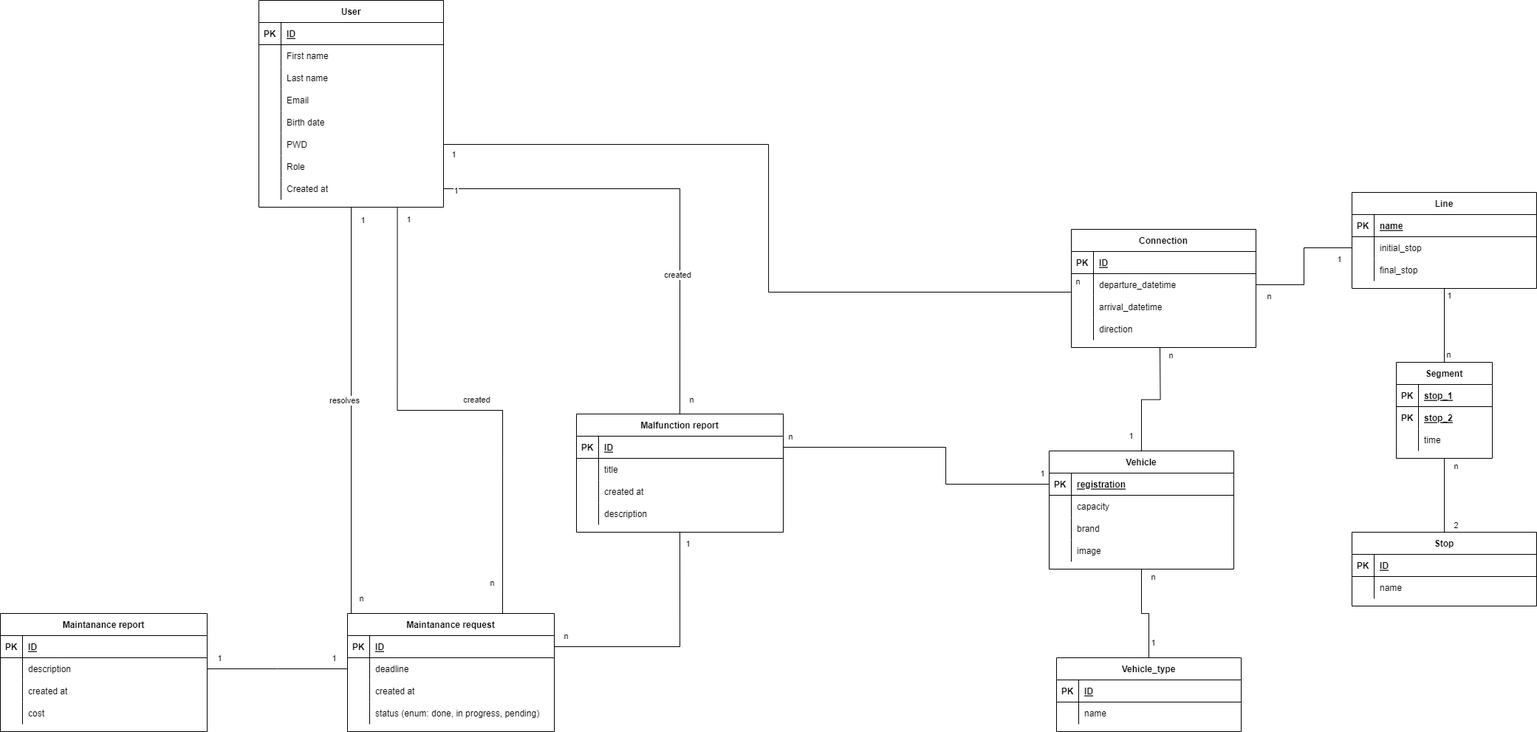
SamuelSlavik/IIS keeps this draw.io diagram as er.png. Above is the earlier version. Source tidied: cells renumbered, new cells last; positions are measured from the earlier drawing's top-left corner, leaving out a move shared by most shapes.
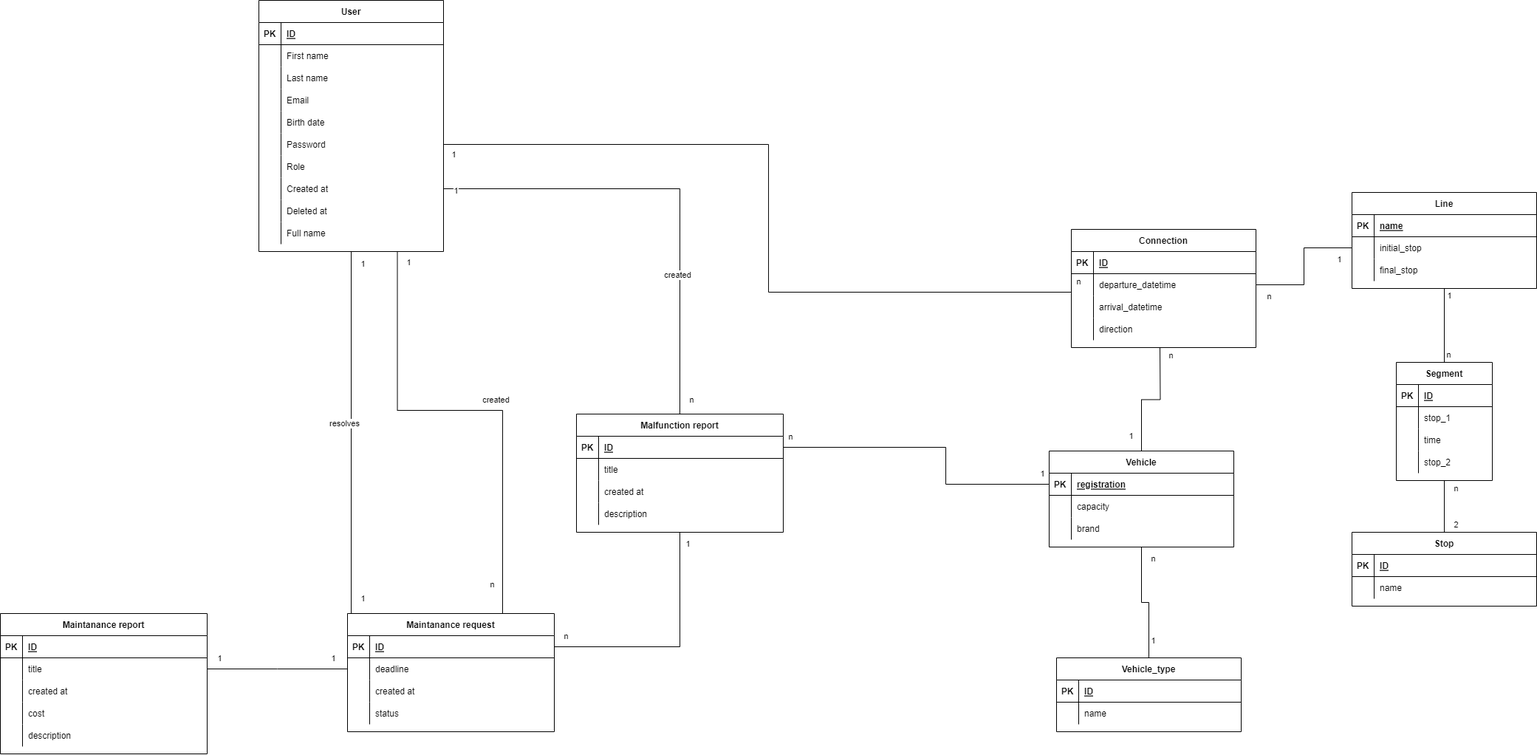
Later version of the same file.

The edit, as a diff of the source:
```diff
@@ -39,7 +39,7 @@
       </mxGeometry>
     </mxCell>
     <mxCell id="12" value="Vehicle" style="shape=table;startSize=30;rowLines=0;fontStyle=1;align=center;" parent="1" vertex="1">
-      <mxGeometry x="1420" y="610" width="250" height="160" as="geometry" />
+      <mxGeometry x="1420" y="610" width="250" height="130" as="geometry" />
     </mxCell>
     <mxCell id="13" style="shape=partialRectangle;fillColor=none;points=[[0,0.5],[1,0.5]];portConstraint=eastwest;top=0;left=0;right=0;bottom=1;" parent="12" vertex="1">
       <mxGeometry y="30" width="250" height="30" as="geometry" />
@@ -68,15 +68,6 @@
     <mxCell id="21" value="brand" style="shape=partialRectangle;overflow=hidden;fillColor=none;top=0;left=0;bottom=0;right=0;align=left;spacingLeft=6;" parent="19" vertex="1">
       <mxGeometry x="30" width="220" height="30" as="geometry" />
     </mxCell>
-    <mxCell id="22" style="shape=partialRectangle;fillColor=none;top=0;left=0;right=0;bottom=0;" parent="12" vertex="1">
-      <mxGeometry y="120" width="250" height="30" as="geometry" />
-    </mxCell>
-    <mxCell id="23" style="shape=partialRectangle;overflow=hidden;fillColor=none;top=0;left=0;bottom=0;right=0;" parent="22" vertex="1">
-      <mxGeometry width="30" height="30" as="geometry" />
-    </mxCell>
-    <mxCell id="24" value="image" style="shape=partialRectangle;overflow=hidden;fillColor=none;top=0;left=0;bottom=0;right=0;align=left;spacingLeft=6;" parent="22" vertex="1">
-      <mxGeometry x="30" width="220" height="30" as="geometry" />
-    </mxCell>
     <mxCell id="25" style="edgeStyle=orthogonalEdgeStyle;rounded=0;jettySize=auto;html=1;exitX=0.5;exitY=1;exitDx=0;exitDy=0;endArrow=none;endFill=0;entryX=0.5;entryY=0;entryDx=0;entryDy=0;" parent="1" edge="1" source="12" target="2">
       <mxGeometry relative="1" as="geometry" />
     </mxCell>
@@ -159,16 +150,16 @@
     </mxCell>
     <mxCell id="49" value="2" style="edgeLabel;html=1;align=center;verticalAlign=middle;" parent="48" vertex="1">
       <mxGeometry x="0.6" relative="1" as="geometry">
-        <mxPoint x="15" y="10" as="offset" />
+        <mxPoint x="15" y="4" as="offset" />
       </mxGeometry>
     </mxCell>
     <mxCell id="50" value="n" style="edgeLabel;html=1;align=center;verticalAlign=middle;" parent="48" vertex="1">
       <mxGeometry x="-0.42" y="2" relative="1" as="geometry">
-        <mxPoint x="13" y="-19" as="offset" />
+        <mxPoint x="13" y="-10" as="offset" />
       </mxGeometry>
     </mxCell>
     <mxCell id="51" value="Segment" style="shape=table;startSize=30;rowLines=0;fontStyle=1;align=center;" parent="1" vertex="1">
-      <mxGeometry x="1890" y="490" width="130" height="130" as="geometry" />
+      <mxGeometry x="1890" y="490" width="130" height="160" as="geometry" />
     </mxCell>
     <mxCell id="52" style="shape=partialRectangle;fillColor=none;top=0;left=0;right=0;bottom=1;" parent="51" vertex="1">
       <mxGeometry y="30" width="130" height="30" as="geometry" />
@@ -176,16 +167,16 @@
     <mxCell id="53" value="PK" style="shape=partialRectangle;overflow=hidden;fillColor=none;top=0;left=0;bottom=0;right=0;fontStyle=1;" parent="52" vertex="1">
       <mxGeometry width="30" height="30" as="geometry" />
     </mxCell>
-    <mxCell id="54" value="stop_1" style="shape=partialRectangle;overflow=hidden;fillColor=none;top=0;left=0;bottom=0;right=0;align=left;spacingLeft=6;fontStyle=5;" parent="52" vertex="1">
+    <mxCell id="54" value="ID" style="shape=partialRectangle;overflow=hidden;fillColor=none;top=0;left=0;bottom=0;right=0;align=left;spacingLeft=6;fontStyle=5;" parent="52" vertex="1">
       <mxGeometry x="30" width="100" height="30" as="geometry" />
     </mxCell>
     <mxCell id="55" style="shape=partialRectangle;fillColor=none;top=0;left=0;right=0;bottom=0;" parent="51" vertex="1">
       <mxGeometry y="60" width="130" height="30" as="geometry" />
     </mxCell>
-    <mxCell id="56" value="PK" style="shape=partialRectangle;overflow=hidden;fillColor=none;top=0;left=0;bottom=0;right=0;fontStyle=1;" parent="55" vertex="1">
+    <mxCell id="56" style="shape=partialRectangle;overflow=hidden;fillColor=none;top=0;left=0;bottom=0;right=0;fontStyle=1;" parent="55" vertex="1">
       <mxGeometry width="30" height="30" as="geometry" />
     </mxCell>
-    <mxCell id="57" value="stop_2" style="shape=partialRectangle;overflow=hidden;fillColor=none;top=0;left=0;bottom=0;right=0;align=left;spacingLeft=6;fontStyle=5;" parent="55" vertex="1">
+    <mxCell id="57" value="stop_1" style="shape=partialRectangle;overflow=hidden;fillColor=none;top=0;left=0;bottom=0;right=0;align=left;spacingLeft=6;fontStyle=0;" parent="55" vertex="1">
       <mxGeometry x="30" width="100" height="30" as="geometry" />
     </mxCell>
     <mxCell id="58" style="shape=partialRectangle;fillColor=none;top=0;left=0;right=0;bottom=0;" parent="51" vertex="1">
@@ -197,6 +188,15 @@
     <mxCell id="60" value="time" style="shape=partialRectangle;overflow=hidden;fillColor=none;top=0;left=0;bottom=0;right=0;align=left;spacingLeft=6;fontStyle=0;" parent="58" vertex="1">
       <mxGeometry x="30" width="100" height="30" as="geometry" />
     </mxCell>
+    <mxCell id="165" style="shape=partialRectangle;fillColor=none;top=0;left=0;right=0;bottom=0;" parent="51" vertex="1">
+      <mxGeometry y="120" width="130" height="30" as="geometry" />
+    </mxCell>
+    <mxCell id="166" style="shape=partialRectangle;overflow=hidden;fillColor=none;top=0;left=0;bottom=0;right=0;fontStyle=1;" parent="165" vertex="1">
+      <mxGeometry width="30" height="30" as="geometry" />
+    </mxCell>
+    <mxCell id="167" value="stop_2" style="shape=partialRectangle;overflow=hidden;fillColor=none;top=0;left=0;bottom=0;right=0;align=left;spacingLeft=6;fontStyle=0;" parent="165" vertex="1">
+      <mxGeometry x="30" width="100" height="30" as="geometry" />
+    </mxCell>
     <mxCell id="61" value="Connection" style="shape=table;startSize=30;rowLines=0;fontStyle=1;align=center;" parent="1" vertex="1">
       <mxGeometry x="1450" y="310" width="250" height="160" as="geometry" />
     </mxCell>
@@ -250,7 +250,7 @@
       </mxGeometry>
     </mxCell>
     <mxCell id="77" value="User" style="shape=table;startSize=30;rowLines=0;fontStyle=1;align=center;" parent="1" vertex="1">
-      <mxGeometry x="350" width="250" height="280" as="geometry" />
+      <mxGeometry x="350" width="250" height="340" as="geometry" />
     </mxCell>
     <mxCell id="78" style="shape=partialRectangle;fillColor=none;top=0;left=0;right=0;bottom=1;" parent="77" vertex="1">
       <mxGeometry y="30" width="250" height="30" as="geometry" />
@@ -303,7 +303,7 @@
     <mxCell id="94" style="shape=partialRectangle;overflow=hidden;fillColor=none;top=0;left=0;bottom=0;right=0;" parent="93" vertex="1">
       <mxGeometry width="30" height="30" as="geometry" />
     </mxCell>
-    <mxCell id="95" value="PWD" style="shape=partialRectangle;overflow=hidden;fillColor=none;top=0;left=0;bottom=0;right=0;align=left;spacingLeft=6;" parent="93" vertex="1">
+    <mxCell id="95" value="Password" style="shape=partialRectangle;overflow=hidden;fillColor=none;top=0;left=0;bottom=0;right=0;align=left;spacingLeft=6;" parent="93" vertex="1">
       <mxGeometry x="30" width="220" height="30" as="geometry" />
     </mxCell>
     <mxCell id="96" style="shape=partialRectangle;fillColor=none;top=0;left=0;right=0;bottom=0;" parent="77" vertex="1">
@@ -324,6 +324,24 @@
     <mxCell id="101" value="Created at" style="shape=partialRectangle;overflow=hidden;fillColor=none;top=0;left=0;bottom=0;right=0;align=left;spacingLeft=6;" parent="99" vertex="1">
       <mxGeometry x="30" width="220" height="30" as="geometry" />
     </mxCell>
+    <mxCell id="168" style="shape=partialRectangle;fillColor=none;top=0;left=0;right=0;bottom=0;" parent="77" vertex="1">
+      <mxGeometry y="270" width="250" height="30" as="geometry" />
+    </mxCell>
+    <mxCell id="169" style="shape=partialRectangle;overflow=hidden;fillColor=none;top=0;left=0;bottom=0;right=0;" parent="168" vertex="1">
+      <mxGeometry width="30" height="30" as="geometry" />
+    </mxCell>
+    <mxCell id="170" value="Deleted at" style="shape=partialRectangle;overflow=hidden;fillColor=none;top=0;left=0;bottom=0;right=0;align=left;spacingLeft=6;" parent="168" vertex="1">
+      <mxGeometry x="30" width="220" height="30" as="geometry" />
+    </mxCell>
+    <mxCell id="171" style="shape=partialRectangle;fillColor=none;top=0;left=0;right=0;bottom=0;" parent="77" vertex="1">
+      <mxGeometry y="300" width="250" height="30" as="geometry" />
+    </mxCell>
+    <mxCell id="172" style="shape=partialRectangle;overflow=hidden;fillColor=none;top=0;left=0;bottom=0;right=0;" parent="171" vertex="1">
+      <mxGeometry width="30" height="30" as="geometry" />
+    </mxCell>
+    <mxCell id="173" value="Full name" style="shape=partialRectangle;overflow=hidden;fillColor=none;top=0;left=0;bottom=0;right=0;align=left;spacingLeft=6;" parent="171" vertex="1">
+      <mxGeometry x="30" width="220" height="30" as="geometry" />
+    </mxCell>
     <mxCell id="102" style="edgeStyle=orthogonalEdgeStyle;rounded=0;jettySize=auto;html=1;exitX=1;exitY=0.5;exitDx=0;exitDy=0;entryX=0.5;entryY=0;entryDx=0;entryDy=0;endArrow=none;endFill=0;" parent="1" edge="1" source="99" target="149">
       <mxGeometry relative="1" as="geometry" />
     </mxCell>
@@ -359,9 +377,9 @@
         <mxPoint x="15" as="offset" />
       </mxGeometry>
     </mxCell>
-    <mxCell id="109" value="n" style="edgeLabel;html=1;align=center;verticalAlign=middle;" parent="106" vertex="1">
+    <mxCell id="109" value="1" style="edgeLabel;html=1;align=center;verticalAlign=middle;" parent="106" vertex="1">
       <mxGeometry x="-0.91" y="-2" relative="1" as="geometry">
-        <mxPoint x="11" as="offset" />
+        <mxPoint x="13" y="-2" as="offset" />
       </mxGeometry>
     </mxCell>
     <mxCell id="110" style="edgeStyle=orthogonalEdgeStyle;rounded=0;jettySize=auto;html=1;exitX=0.75;exitY=0;exitDx=0;exitDy=0;entryX=0.75;entryY=1;entryDx=0;entryDy=0;endArrow=none;endFill=0;" parent="1" edge="1" source="114" target="77">
@@ -423,7 +441,7 @@
     <mxCell id="125" style="shape=partialRectangle;overflow=hidden;fillColor=none;top=0;left=0;bottom=0;right=0;" parent="124" vertex="1">
       <mxGeometry width="30" height="30" as="geometry" />
     </mxCell>
-    <mxCell id="126" value="status (enum: done, in progress, pending)" style="shape=partialRectangle;overflow=hidden;fillColor=none;top=0;left=0;bottom=0;right=0;align=left;spacingLeft=6;" parent="124" vertex="1">
+    <mxCell id="126" value="status" style="shape=partialRectangle;overflow=hidden;fillColor=none;top=0;left=0;bottom=0;right=0;align=left;spacingLeft=6;" parent="124" vertex="1">
       <mxGeometry x="30" width="250" height="30" as="geometry" />
     </mxCell>
     <mxCell id="127" style="edgeStyle=orthogonalEdgeStyle;rounded=0;jettySize=auto;html=1;entryX=0;entryY=0.5;entryDx=0;entryDy=0;endArrow=none;endFill=0;exitX=1;exitY=0.5;exitDx=0;exitDy=0;" parent="1" edge="1" source="150" target="13">
@@ -445,7 +463,7 @@
       </mxGeometry>
     </mxCell>
     <mxCell id="130" value="Maintanance report" style="shape=table;startSize=30;rowLines=0;fontStyle=1;align=center;" parent="1" vertex="1">
-      <mxGeometry y="830" width="280" height="160" as="geometry" />
+      <mxGeometry y="830" width="280" height="190" as="geometry" />
     </mxCell>
     <mxCell id="131" style="shape=partialRectangle;fillColor=none;top=0;left=0;right=0;bottom=1;" parent="130" vertex="1">
       <mxGeometry y="30" width="280" height="30" as="geometry" />
@@ -462,7 +480,7 @@
     <mxCell id="135" style="shape=partialRectangle;overflow=hidden;fillColor=none;top=0;left=0;bottom=0;right=0;" parent="134" vertex="1">
       <mxGeometry width="30" height="30" as="geometry" />
     </mxCell>
-    <mxCell id="136" value="description" style="shape=partialRectangle;overflow=hidden;fillColor=none;top=0;left=0;bottom=0;right=0;align=left;spacingLeft=6;" parent="134" vertex="1">
+    <mxCell id="136" value="title" style="shape=partialRectangle;overflow=hidden;fillColor=none;top=0;left=0;bottom=0;right=0;align=left;spacingLeft=6;" parent="134" vertex="1">
       <mxGeometry x="30" width="250" height="30" as="geometry" />
     </mxCell>
     <mxCell id="137" style="shape=partialRectangle;fillColor=none;top=0;left=0;right=0;bottom=0;" parent="130" vertex="1">
@@ -483,6 +501,15 @@
     <mxCell id="142" value="cost" style="shape=partialRectangle;overflow=hidden;fillColor=none;top=0;left=0;bottom=0;right=0;align=left;spacingLeft=6;" parent="140" vertex="1">
       <mxGeometry x="30" width="250" height="30" as="geometry" />
     </mxCell>
+    <mxCell id="174" style="shape=partialRectangle;fillColor=none;top=0;left=0;right=0;bottom=0;" parent="130" vertex="1">
+      <mxGeometry y="150" width="280" height="30" as="geometry" />
+    </mxCell>
+    <mxCell id="175" style="shape=partialRectangle;overflow=hidden;fillColor=none;top=0;left=0;bottom=0;right=0;" parent="174" vertex="1">
+      <mxGeometry width="30" height="30" as="geometry" />
+    </mxCell>
+    <mxCell id="176" value="description" style="shape=partialRectangle;overflow=hidden;fillColor=none;top=0;left=0;bottom=0;right=0;align=left;spacingLeft=6;" parent="174" vertex="1">
+      <mxGeometry x="30" width="250" height="30" as="geometry" />
+    </mxCell>
     <mxCell id="143" style="edgeStyle=orthogonalEdgeStyle;rounded=0;jettySize=auto;html=1;exitX=1;exitY=0.5;exitDx=0;exitDy=0;entryX=0;entryY=0.5;entryDx=0;entryDy=0;endArrow=none;endFill=0;" parent="1" edge="1" source="134">
       <mxGeometry relative="1" as="geometry">
         <mxPoint x="470" y="905" as="targetPoint" />
```
